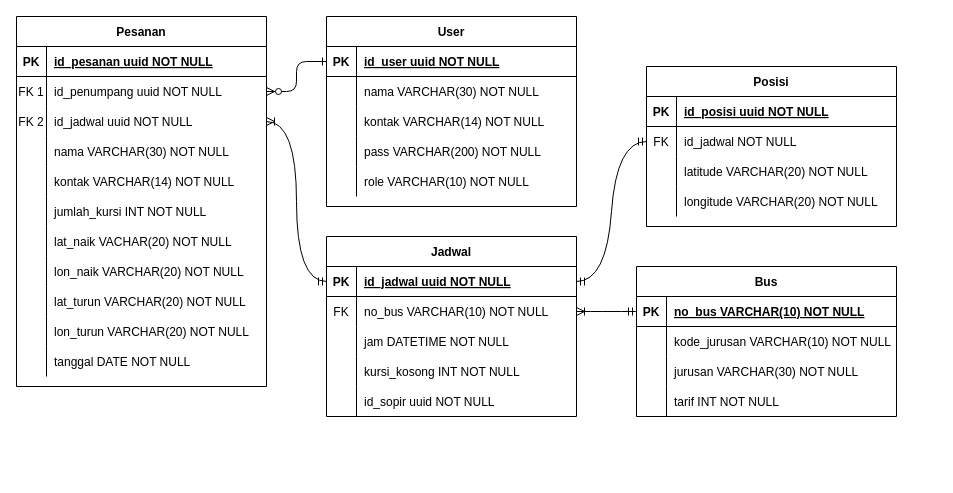
The draw.io diagram ERD-gobus.drawio in nentinur/IF215007-IF215008, before the edit. Source tidied: cells renumbered, new cells numbered last; positions are measured from the earlier drawing's top-left corner, leaving out a move shared by most shapes. Both pictures are drawn from the tidied source at 100%, with x=0, y=0 at pixel (16, 16).
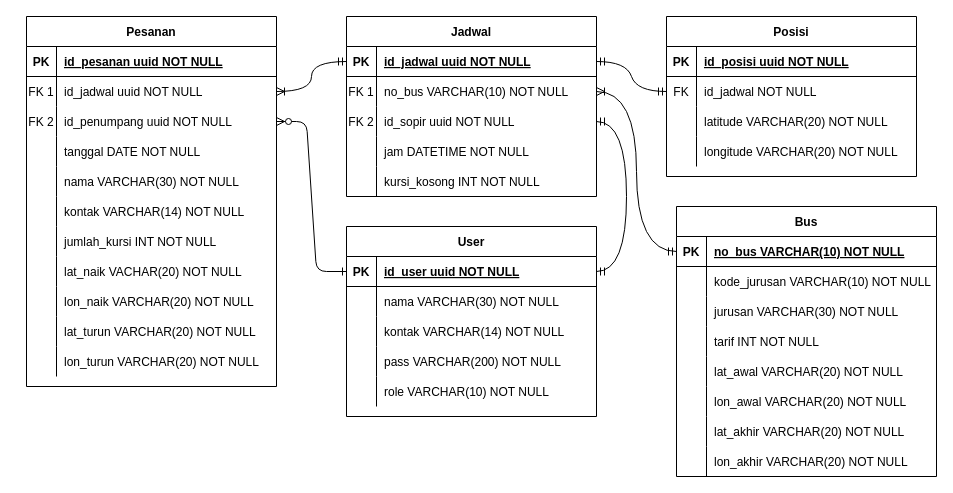
After the change.

Unchanged cells that the change refers to:
```xml
<mxCell id="51" style="shape=partialRectangle;fillColor=none;points=[[0,0.5],[1,0.5]];portConstraint=eastwest;top=0;left=0;right=0;bottom=1;" parent="50" vertex="1">
  <mxGeometry y="30" width="250" height="30" as="geometry" />
</mxCell>
<mxCell id="70" style="shape=tableRow;horizontal=0;startSize=0;swimlaneHead=0;swimlaneBody=0;fillColor=none;points=[[0,0.5],[1,0.5]];portConstraint=eastwest;top=0;left=0;right=0;bottom=0;" parent="66" vertex="1">
  <mxGeometry y="60" width="250" height="30" as="geometry" />
</mxCell>
```

Change to the diagram source:
```diff
@@
     <mxCell id="3" value="Pesanan" style="shape=table;startSize=30;childLayout=tableLayout;rowLines=0;fontStyle=1;align=center;" parent="1" vertex="1">
-      <mxGeometry width="250" height="370" as="geometry" />
+      <mxGeometry x="10" width="250" height="370" as="geometry" />
     </mxCell>
@@
+    <mxCell id="10" style="shape=partialRectangle;fillColor=none;points=[[0,0.5],[1,0.5]];portConstraint=eastwest;top=0;left=0;right=0;bottom=0;" parent="3" vertex="1">
+      <mxGeometry y="60" width="250" height="30" as="geometry" />
+    </mxCell>
+    <mxCell id="11" value="FK 1" style="shape=partialRectangle;overflow=hidden;fillColor=none;top=0;left=0;bottom=0;right=0;" parent="10" vertex="1">
+      <mxGeometry width="30" height="30" as="geometry" />
+    </mxCell>
+    <mxCell id="12" value="id_jadwal uuid NOT NULL" style="shape=partialRectangle;overflow=hidden;fillColor=none;top=0;left=0;bottom=0;right=0;align=left;spacingLeft=6;" parent="10" vertex="1">
+      <mxGeometry x="30" width="220" height="30" as="geometry" />
+    </mxCell>
     <mxCell id="7" style="shape=partialRectangle;fillColor=none;points=[[0,0.5],[1,0.5]];portConstraint=eastwest;top=0;left=0;right=0;bottom=0;" parent="3" vertex="1">
-      <mxGeometry y="60" width="250" height="30" as="geometry" />
+      <mxGeometry y="90" width="250" height="30" as="geometry" />
     </mxCell>
-    <mxCell id="8" value="FK 1" style="shape=partialRectangle;overflow=hidden;fillColor=none;top=0;left=0;bottom=0;right=0;" parent="7" vertex="1">
+    <mxCell id="8" value="FK 2" style="shape=partialRectangle;overflow=hidden;fillColor=none;top=0;left=0;bottom=0;right=0;" parent="7" vertex="1">
       <mxGeometry width="30" height="30" as="geometry" />
     </mxCell>
@@
-    <mxCell id="10" style="shape=partialRectangle;fillColor=none;points=[[0,0.5],[1,0.5]];portConstraint=eastwest;top=0;left=0;right=0;bottom=0;" parent="3" vertex="1">
-      <mxGeometry y="90" width="250" height="30" as="geometry" />
-    </mxCell>
-    <mxCell id="11" value="FK 2" style="shape=partialRectangle;overflow=hidden;fillColor=none;top=0;left=0;bottom=0;right=0;" parent="10" vertex="1">
-      <mxGeometry width="30" height="30" as="geometry" />
-    </mxCell>
-    <mxCell id="12" value="id_jadwal uuid NOT NULL" style="shape=partialRectangle;overflow=hidden;fillColor=none;top=0;left=0;bottom=0;right=0;align=left;spacingLeft=6;" parent="10" vertex="1">
-      <mxGeometry x="30" width="220" height="30" as="geometry" />
-    </mxCell>
+    <mxCell id="34" style="shape=partialRectangle;fillColor=none;top=0;left=0;right=0;bottom=0;" parent="3" vertex="1">
+      <mxGeometry y="120" width="250" height="30" as="geometry" />
+    </mxCell>
+    <mxCell id="35" style="shape=partialRectangle;overflow=hidden;fillColor=none;top=0;left=0;bottom=0;right=0;" parent="34" vertex="1">
+      <mxGeometry width="30" height="30" as="geometry" />
+    </mxCell>
+    <mxCell id="36" value="tanggal DATE NOT NULL" style="shape=partialRectangle;overflow=hidden;fillColor=none;top=0;left=0;bottom=0;right=0;align=left;spacingLeft=6;" parent="34" vertex="1">
+      <mxGeometry x="30" width="220" height="30" as="geometry" />
+    </mxCell>
     <mxCell id="13" style="shape=partialRectangle;fillColor=none;top=0;left=0;right=0;bottom=0;" parent="3" vertex="1">
-      <mxGeometry y="120" width="250" height="30" as="geometry" />
+      <mxGeometry y="150" width="250" height="30" as="geometry" />
     </mxCell>
@@
     <mxCell id="16" style="shape=partialRectangle;fillColor=none;top=0;left=0;right=0;bottom=0;" parent="3" vertex="1">
-      <mxGeometry y="150" width="250" height="30" as="geometry" />
+      <mxGeometry y="180" width="250" height="30" as="geometry" />
     </mxCell>
@@
     <mxCell id="19" style="shape=partialRectangle;fillColor=none;top=0;left=0;right=0;bottom=0;" parent="3" vertex="1">
-      <mxGeometry y="180" width="250" height="30" as="geometry" />
+      <mxGeometry y="210" width="250" height="30" as="geometry" />
     </mxCell>
@@
     <mxCell id="22" style="shape=partialRectangle;fillColor=none;top=0;left=0;right=0;bottom=0;" parent="3" vertex="1">
-      <mxGeometry y="210" width="250" height="30" as="geometry" />
+      <mxGeometry y="240" width="250" height="30" as="geometry" />
     </mxCell>
@@
     <mxCell id="25" style="shape=partialRectangle;fillColor=none;top=0;left=0;right=0;bottom=0;" parent="3" vertex="1">
-      <mxGeometry y="240" width="250" height="30" as="geometry" />
+      <mxGeometry y="270" width="250" height="30" as="geometry" />
     </mxCell>
@@
     <mxCell id="28" style="shape=partialRectangle;fillColor=none;top=0;left=0;right=0;bottom=0;" parent="3" vertex="1">
-      <mxGeometry y="270" width="250" height="30" as="geometry" />
+      <mxGeometry y="300" width="250" height="30" as="geometry" />
     </mxCell>
@@
     <mxCell id="31" style="shape=partialRectangle;fillColor=none;top=0;left=0;right=0;bottom=0;" parent="3" vertex="1">
-      <mxGeometry y="300" width="250" height="30" as="geometry" />
+      <mxGeometry y="330" width="250" height="30" as="geometry" />
     </mxCell>
@@
-    <mxCell id="34" style="shape=partialRectangle;fillColor=none;top=0;left=0;right=0;bottom=0;" parent="3" vertex="1">
-      <mxGeometry y="330" width="250" height="30" as="geometry" />
-    </mxCell>
-    <mxCell id="35" style="shape=partialRectangle;overflow=hidden;fillColor=none;top=0;left=0;bottom=0;right=0;" parent="34" vertex="1">
-      <mxGeometry width="30" height="30" as="geometry" />
-    </mxCell>
-    <mxCell id="36" value="tanggal DATE NOT NULL" style="shape=partialRectangle;overflow=hidden;fillColor=none;top=0;left=0;bottom=0;right=0;align=left;spacingLeft=6;" parent="34" vertex="1">
-      <mxGeometry x="30" width="220" height="30" as="geometry" />
-    </mxCell>
     <mxCell id="37" value="Posisi" style="shape=table;startSize=30;childLayout=tableLayout;rowLines=0;fontStyle=1;align=center;" parent="1" vertex="1">
-      <mxGeometry x="630" y="50" width="250" height="160" as="geometry" />
+      <mxGeometry x="650" width="250" height="160" as="geometry" />
     </mxCell>
@@
     <mxCell id="50" value="User" style="shape=table;startSize=30;childLayout=tableLayout;rowLines=0;fontStyle=1;align=center;" parent="1" vertex="1">
-      <mxGeometry x="310" width="250" height="190" as="geometry" />
+      <mxGeometry x="330" y="210" width="250" height="190" as="geometry" />
     </mxCell>
@@
     <mxCell id="66" value="Jadwal" style="shape=table;startSize=30;childLayout=tableLayout;rowLines=0;fontStyle=1;align=center;" parent="1" vertex="1">
-      <mxGeometry x="310" y="220" width="250" height="180" as="geometry" />
+      <mxGeometry x="330" width="250" height="180" as="geometry" />
     </mxCell>
@@
-    <mxCell id="71" value="FK" style="shape=partialRectangle;fillColor=none;top=0;left=0;bottom=0;right=0;overflow=hidden;" parent="70" vertex="1">
+    <mxCell id="71" value="FK 1" style="shape=partialRectangle;fillColor=none;top=0;left=0;bottom=0;right=0;overflow=hidden;" parent="70" vertex="1">
       <mxGeometry width="30" height="30" as="geometry" />
     </mxCell>
@@
+    <mxCell id="79" style="shape=tableRow;horizontal=0;startSize=0;swimlaneHead=0;swimlaneBody=0;fillColor=none;points=[[0,0.5],[1,0.5]];portConstraint=eastwest;top=0;left=0;right=0;bottom=0;" parent="66" vertex="1">
+      <mxGeometry y="90" width="250" height="30" as="geometry" />
+    </mxCell>
+    <mxCell id="80" value="FK 2" style="shape=partialRectangle;fillColor=none;top=0;left=0;bottom=0;right=0;overflow=hidden;" parent="79" vertex="1">
+      <mxGeometry width="30" height="30" as="geometry" />
+    </mxCell>
+    <mxCell id="81" value="id_sopir uuid NOT NULL" style="shape=partialRectangle;fillColor=none;top=0;left=0;bottom=0;right=0;align=left;spacingLeft=6;overflow=hidden;" parent="79" vertex="1">
+      <mxGeometry x="30" width="220" height="30" as="geometry" />
+    </mxCell>
     <mxCell id="73" style="shape=tableRow;horizontal=0;startSize=0;swimlaneHead=0;swimlaneBody=0;fillColor=none;top=0;left=0;right=0;bottom=0;" parent="66" vertex="1">
-      <mxGeometry y="90" width="250" height="30" as="geometry" />
+      <mxGeometry y="120" width="250" height="30" as="geometry" />
     </mxCell>
@@
     <mxCell id="76" style="shape=tableRow;horizontal=0;startSize=0;swimlaneHead=0;swimlaneBody=0;fillColor=none;top=0;left=0;right=0;bottom=0;" parent="66" vertex="1">
-      <mxGeometry y="120" width="250" height="30" as="geometry" />
+      <mxGeometry y="150" width="250" height="30" as="geometry" />
     </mxCell>
@@
-    <mxCell id="79" style="shape=tableRow;horizontal=0;startSize=0;swimlaneHead=0;swimlaneBody=0;fillColor=none;points=[[0,0.5],[1,0.5]];portConstraint=eastwest;top=0;left=0;right=0;bottom=0;" parent="66" vertex="1">
-      <mxGeometry y="150" width="250" height="30" as="geometry" />
-    </mxCell>
-    <mxCell id="80" style="shape=partialRectangle;fillColor=none;top=0;left=0;bottom=0;right=0;overflow=hidden;" parent="79" vertex="1">
-      <mxGeometry width="30" height="30" as="geometry" />
-    </mxCell>
-    <mxCell id="81" value="id_sopir uuid NOT NULL" style="shape=partialRectangle;fillColor=none;top=0;left=0;bottom=0;right=0;align=left;spacingLeft=6;overflow=hidden;" parent="79" vertex="1">
-      <mxGeometry x="30" width="220" height="30" as="geometry" />
-    </mxCell>
     <mxCell id="82" value="Bus" style="shape=table;startSize=30;childLayout=tableLayout;rowLines=0;fontStyle=1;align=center;" parent="1" vertex="1">
-      <mxGeometry x="620" y="250" width="260" height="150" as="geometry" />
+      <mxGeometry x="660" y="190" width="260" height="270" as="geometry" />
     </mxCell>
@@
+    <mxCell id="98" style="shape=tableRow;horizontal=0;startSize=0;swimlaneHead=0;swimlaneBody=0;fillColor=none;top=0;left=0;right=0;bottom=0;" parent="82" vertex="1">
+      <mxGeometry y="150" width="260" height="30" as="geometry" />
+    </mxCell>
+    <mxCell id="99" style="shape=partialRectangle;fillColor=none;top=0;left=0;bottom=0;right=0;overflow=hidden;" parent="98" vertex="1">
+      <mxGeometry width="30" height="30" as="geometry" />
+    </mxCell>
+    <mxCell id="100" value="lat_awal VARCHAR(20) NOT NULL" style="shape=partialRectangle;fillColor=none;top=0;left=0;bottom=0;right=0;align=left;spacingLeft=6;overflow=hidden;" parent="98" vertex="1">
+      <mxGeometry x="30" width="230" height="30" as="geometry" />
+    </mxCell>
+    <mxCell id="101" style="shape=tableRow;horizontal=0;startSize=0;swimlaneHead=0;swimlaneBody=0;fillColor=none;top=0;left=0;right=0;bottom=0;" parent="82" vertex="1">
+      <mxGeometry y="180" width="260" height="30" as="geometry" />
+    </mxCell>
+    <mxCell id="102" style="shape=partialRectangle;fillColor=none;top=0;left=0;bottom=0;right=0;overflow=hidden;" parent="101" vertex="1">
+      <mxGeometry width="30" height="30" as="geometry" />
+    </mxCell>
+    <mxCell id="103" value="lon_awal VARCHAR(20) NOT NULL" style="shape=partialRectangle;fillColor=none;top=0;left=0;bottom=0;right=0;align=left;spacingLeft=6;overflow=hidden;" parent="101" vertex="1">
+      <mxGeometry x="30" width="230" height="30" as="geometry" />
+    </mxCell>
+    <mxCell id="104" style="shape=tableRow;horizontal=0;startSize=0;swimlaneHead=0;swimlaneBody=0;fillColor=none;top=0;left=0;right=0;bottom=0;" parent="82" vertex="1">
+      <mxGeometry y="210" width="260" height="30" as="geometry" />
+    </mxCell>
+    <mxCell id="105" style="shape=partialRectangle;fillColor=none;top=0;left=0;bottom=0;right=0;overflow=hidden;" parent="104" vertex="1">
+      <mxGeometry width="30" height="30" as="geometry" />
+    </mxCell>
+    <mxCell id="106" value="lat_akhir VARCHAR(20) NOT NULL" style="shape=partialRectangle;fillColor=none;top=0;left=0;bottom=0;right=0;align=left;spacingLeft=6;overflow=hidden;" parent="104" vertex="1">
+      <mxGeometry x="30" width="230" height="30" as="geometry" />
+    </mxCell>
+    <mxCell id="107" style="shape=tableRow;horizontal=0;startSize=0;swimlaneHead=0;swimlaneBody=0;fillColor=none;top=0;left=0;right=0;bottom=0;" parent="82" vertex="1">
+      <mxGeometry y="240" width="260" height="30" as="geometry" />
+    </mxCell>
+    <mxCell id="108" style="shape=partialRectangle;fillColor=none;top=0;left=0;bottom=0;right=0;overflow=hidden;" parent="107" vertex="1">
+      <mxGeometry width="30" height="30" as="geometry" />
+    </mxCell>
+    <mxCell id="109" value="lon_akhir VARCHAR(20) NOT NULL" style="shape=partialRectangle;fillColor=none;top=0;left=0;bottom=0;right=0;align=left;spacingLeft=6;overflow=hidden;" parent="107" vertex="1">
+      <mxGeometry x="30" width="230" height="30" as="geometry" />
+    </mxCell>
@@
+    <mxCell id="110" style="edgeStyle=entityRelationEdgeStyle;fontSize=12;html=1;endArrow=ERmandOne;startArrow=ERmandOne;rounded=0;curved=1;entryX=1;entryY=0.5;entryDx=0;entryDy=0;exitX=1;exitY=0.5;exitDx=0;exitDy=0;" parent="1" edge="1" source="51" target="79">
+      <mxGeometry relative="1" as="geometry" />
+    </mxCell>
```
